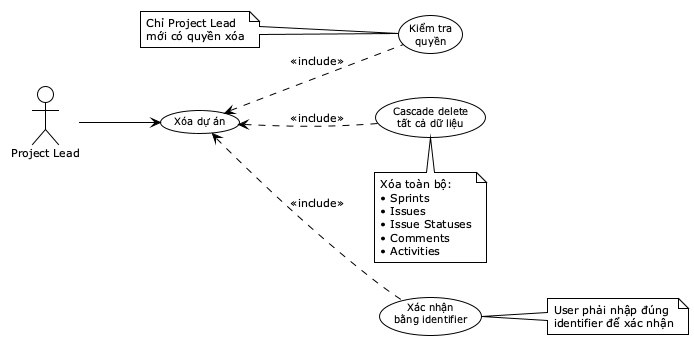
This is reports/dat-examples/report/images/uc01_4_delete_project.png from toantran292/datn, a PlantUML export, as it was before one commit.
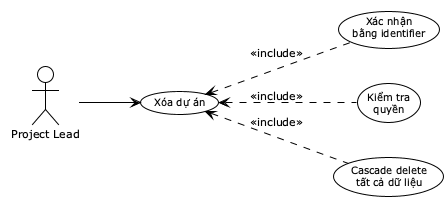
Later version of the same file.

What changed in the source:
```diff
@@ -18,23 +18,4 @@
 UC_CheckPerm .up.> UC_Delete : <<include>>
 UC_Cascade .up.> UC_Delete : <<include>>
 
-note right of UC_Confirm
-  User phải nhập đúng
-  identifier để xác nhận
-end note
-
-note bottom of UC_Cascade
-  Xóa toàn bộ:
-  • Sprints
-  • Issues
-  • Issue Statuses
-  • Comments
-  • Activities
-end note
-
-note left of UC_CheckPerm
-  Chỉ Project Lead
-  mới có quyền xóa
-end note
-
 @enduml
```
